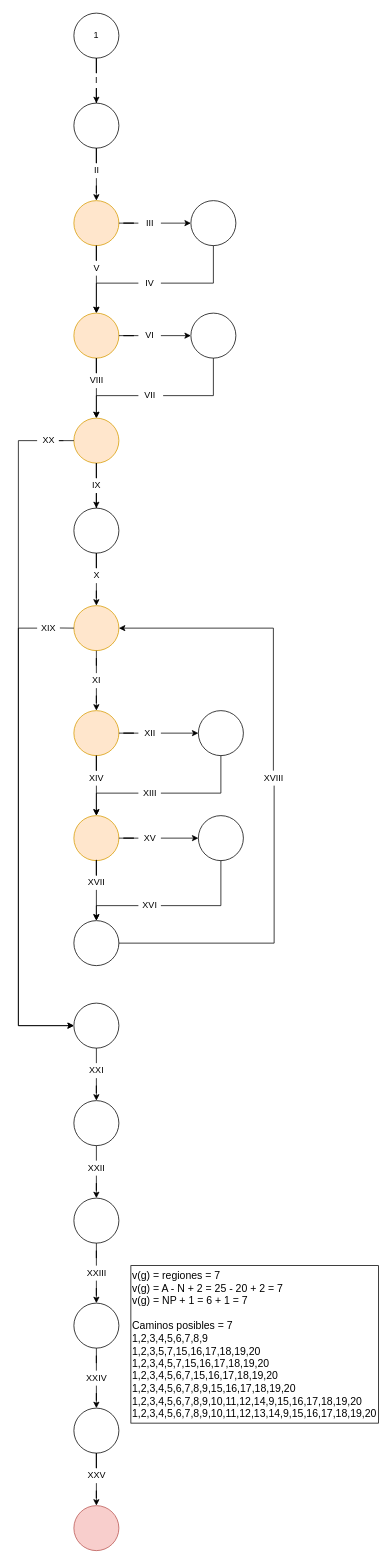
Above: diagramas/ejercicio_2/grafoG_ejercicio2.drawio in alumnos-ingcom/python-2-gastonslv (draw.io), before the change. Source tidied: cells renumbered, new cells numbered last; positions are measured from the earlier drawing's top-left corner, leaving out a move shared by most shapes. Both pictures are drawn from the tidied source at 75%, with x=0, y=0 at pixel (18, 13).
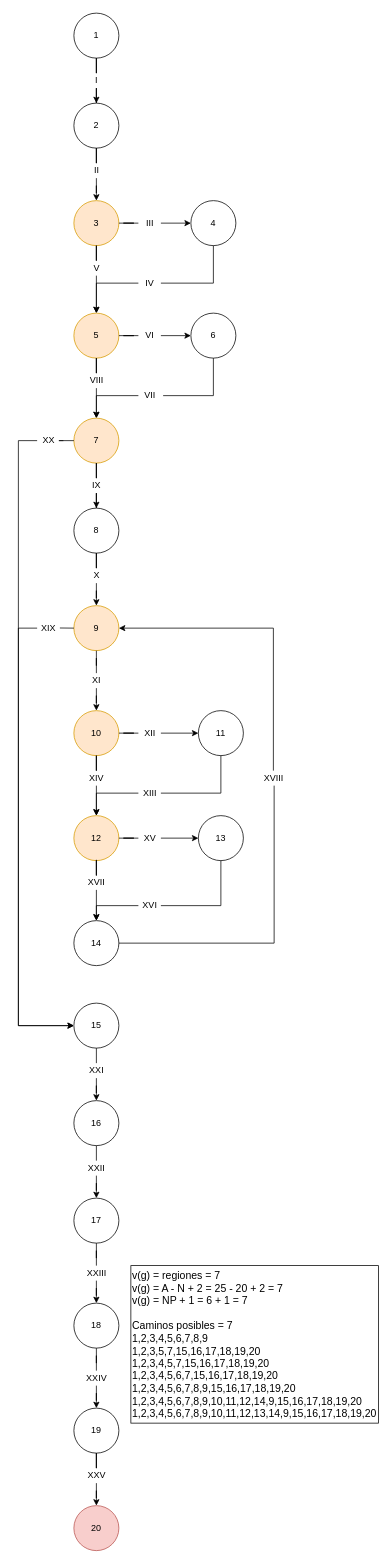
The same diagram, later.

Commit message (it also covers changes not shown here):
test finalizado del ejercicio2

What changed in the source:
```diff
@@
-<mxGraphModel>
+<mxGraphModel background="#ffffff">
@@
-    <mxCell id="5" style="ellipse;whiteSpace=wrap;html=1;" parent="1" vertex="1">
+    <mxCell id="5" value="2" style="ellipse;whiteSpace=wrap;html=1;" parent="1" vertex="1">
       <mxGeometry x="74" y="120" width="60" height="60" as="geometry" />
     </mxCell>
@@
-    <mxCell id="8" style="ellipse;whiteSpace=wrap;html=1;fillColor=#ffe6cc;strokeColor=#d79b00;" parent="1" vertex="1">
+    <mxCell id="8" value="3" style="ellipse;whiteSpace=wrap;html=1;fillColor=#ffe6cc;strokeColor=#d79b00;" parent="1" vertex="1">
       <mxGeometry x="74" y="250" width="60" height="60" as="geometry" />
     </mxCell>
@@
-    <mxCell id="10" style="ellipse;whiteSpace=wrap;html=1;" parent="1" vertex="1">
+    <mxCell id="10" value="4" style="ellipse;whiteSpace=wrap;html=1;" parent="1" vertex="1">
       <mxGeometry x="230" y="250" width="60" height="60" as="geometry" />
     </mxCell>
@@
-    <mxCell id="13" style="ellipse;whiteSpace=wrap;html=1;fillColor=#ffe6cc;strokeColor=#d79b00;" parent="1" vertex="1">
+    <mxCell id="13" value="5" style="ellipse;whiteSpace=wrap;html=1;fillColor=#ffe6cc;strokeColor=#d79b00;" parent="1" vertex="1">
       <mxGeometry x="74" y="400" width="60" height="60" as="geometry" />
     </mxCell>
@@
-    <mxCell id="19" style="ellipse;whiteSpace=wrap;html=1;" parent="1" vertex="1">
+    <mxCell id="19" value="6" style="ellipse;whiteSpace=wrap;html=1;" parent="1" vertex="1">
       <mxGeometry x="230" y="400" width="60" height="60" as="geometry" />
     </mxCell>
@@
-    <mxCell id="22" style="ellipse;whiteSpace=wrap;html=1;fillColor=#ffe6cc;strokeColor=#d79b00;" parent="1" vertex="1">
+    <mxCell id="22" value="7" style="ellipse;whiteSpace=wrap;html=1;fillColor=#ffe6cc;strokeColor=#d79b00;" parent="1" vertex="1">
       <mxGeometry x="74" y="540" width="60" height="60" as="geometry" />
     </mxCell>
@@
-    <mxCell id="24" style="ellipse;whiteSpace=wrap;html=1;" parent="1" vertex="1">
+    <mxCell id="24" value="8" style="ellipse;whiteSpace=wrap;html=1;" parent="1" vertex="1">
       <mxGeometry x="74" y="660" width="60" height="60" as="geometry" />
     </mxCell>
@@
-    <mxCell id="27" style="ellipse;whiteSpace=wrap;html=1;fillColor=#ffe6cc;strokeColor=#d79b00;" parent="1" vertex="1">
+    <mxCell id="27" value="9" style="ellipse;whiteSpace=wrap;html=1;fillColor=#ffe6cc;strokeColor=#d79b00;" parent="1" vertex="1">
       <mxGeometry x="74" y="790" width="60" height="60" as="geometry" />
     </mxCell>
@@
-    <mxCell id="30" style="ellipse;whiteSpace=wrap;html=1;fillColor=#ffe6cc;strokeColor=#d79b00;" parent="1" vertex="1">
+    <mxCell id="30" value="10" style="ellipse;whiteSpace=wrap;html=1;fillColor=#ffe6cc;strokeColor=#d79b00;" parent="1" vertex="1">
       <mxGeometry x="74" y="930" width="60" height="60" as="geometry" />
     </mxCell>
@@
-    <mxCell id="33" style="ellipse;whiteSpace=wrap;html=1;fillColor=#ffe6cc;strokeColor=#d79b00;" parent="1" vertex="1">
+    <mxCell id="33" value="12" style="ellipse;whiteSpace=wrap;html=1;fillColor=#ffe6cc;strokeColor=#d79b00;" parent="1" vertex="1">
       <mxGeometry x="74" y="1070" width="60" height="60" as="geometry" />
     </mxCell>
@@
-    <mxCell id="35" style="ellipse;whiteSpace=wrap;html=1;" parent="1" vertex="1">
+    <mxCell id="35" value="11" style="ellipse;whiteSpace=wrap;html=1;" parent="1" vertex="1">
       <mxGeometry x="240" y="930" width="60" height="60" as="geometry" />
     </mxCell>
@@
-    <mxCell id="37" style="ellipse;whiteSpace=wrap;html=1;" parent="1" vertex="1">
+    <mxCell id="37" value="13" style="ellipse;whiteSpace=wrap;html=1;" parent="1" vertex="1">
       <mxGeometry x="240" y="1070" width="60" height="60" as="geometry" />
     </mxCell>
@@
-    <mxCell id="39" style="ellipse;whiteSpace=wrap;html=1;" parent="1" vertex="1">
+    <mxCell id="39" value="14" style="ellipse;whiteSpace=wrap;html=1;" parent="1" vertex="1">
       <mxGeometry x="74" y="1210" width="60" height="60" as="geometry" />
     </mxCell>
@@
-    <mxCell id="41" style="ellipse;whiteSpace=wrap;html=1;" parent="1" vertex="1">
+    <mxCell id="41" value="15" style="ellipse;whiteSpace=wrap;html=1;" parent="1" vertex="1">
       <mxGeometry x="74" y="1320" width="60" height="60" as="geometry" />
     </mxCell>
@@
-    <mxCell id="43" style="ellipse;whiteSpace=wrap;html=1;" parent="1" vertex="1">
+    <mxCell id="43" value="17" style="ellipse;whiteSpace=wrap;html=1;" parent="1" vertex="1">
       <mxGeometry x="74" y="1580" width="60" height="60" as="geometry" />
     </mxCell>
@@
-    <mxCell id="45" style="ellipse;whiteSpace=wrap;html=1;" parent="1" vertex="1">
+    <mxCell id="45" value="16" style="ellipse;whiteSpace=wrap;html=1;" parent="1" vertex="1">
       <mxGeometry x="74" y="1450" width="60" height="60" as="geometry" />
     </mxCell>
@@
-    <mxCell id="47" style="ellipse;whiteSpace=wrap;html=1;" parent="1" vertex="1">
+    <mxCell id="47" value="18" style="ellipse;whiteSpace=wrap;html=1;" parent="1" vertex="1">
       <mxGeometry x="74" y="1720" width="60" height="60" as="geometry" />
     </mxCell>
@@
-    <mxCell id="49" style="ellipse;whiteSpace=wrap;html=1;" parent="1" vertex="1">
+    <mxCell id="49" value="19" style="ellipse;whiteSpace=wrap;html=1;" parent="1" vertex="1">
       <mxGeometry x="74" y="1860" width="60" height="60" as="geometry" />
     </mxCell>
-    <mxCell id="50" style="ellipse;whiteSpace=wrap;html=1;fillColor=#f8cecc;strokeColor=#b85450;" parent="1" vertex="1">
+    <mxCell id="50" value="20" style="ellipse;whiteSpace=wrap;html=1;fillColor=#f8cecc;strokeColor=#b85450;" parent="1" vertex="1">
       <mxGeometry x="74" y="1990" width="60" height="60" as="geometry" />
     </mxCell>
```
